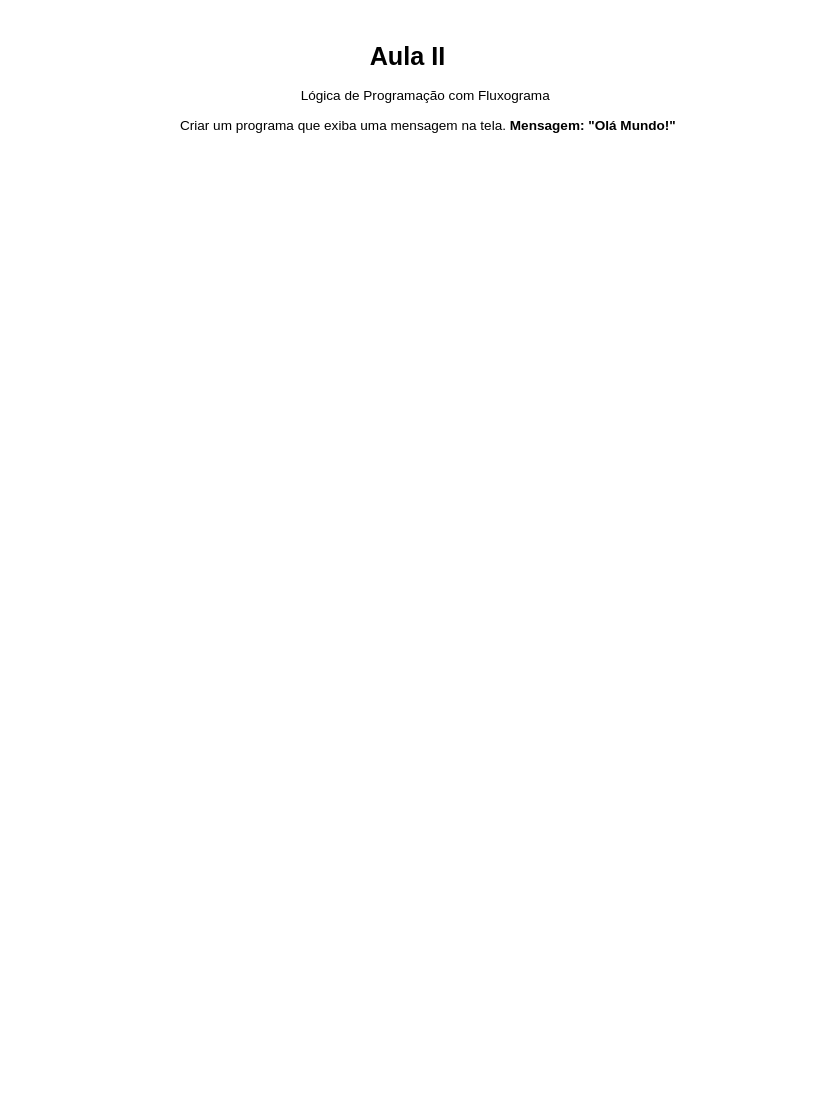
Before: page "1.Mensagem" (1 of 7) of Untitled Diagram.drawio in RafaelaCurti/CurtiCurso, a draw.io diagram. Source tidied: cells renumbered, new cells numbered last; positions are measured from the earlier drawing's top-left corner, leaving out a move shared by most shapes. Both pictures are drawn from the tidied source at 97%, with x=0, y=0 at pixel (54, 36).
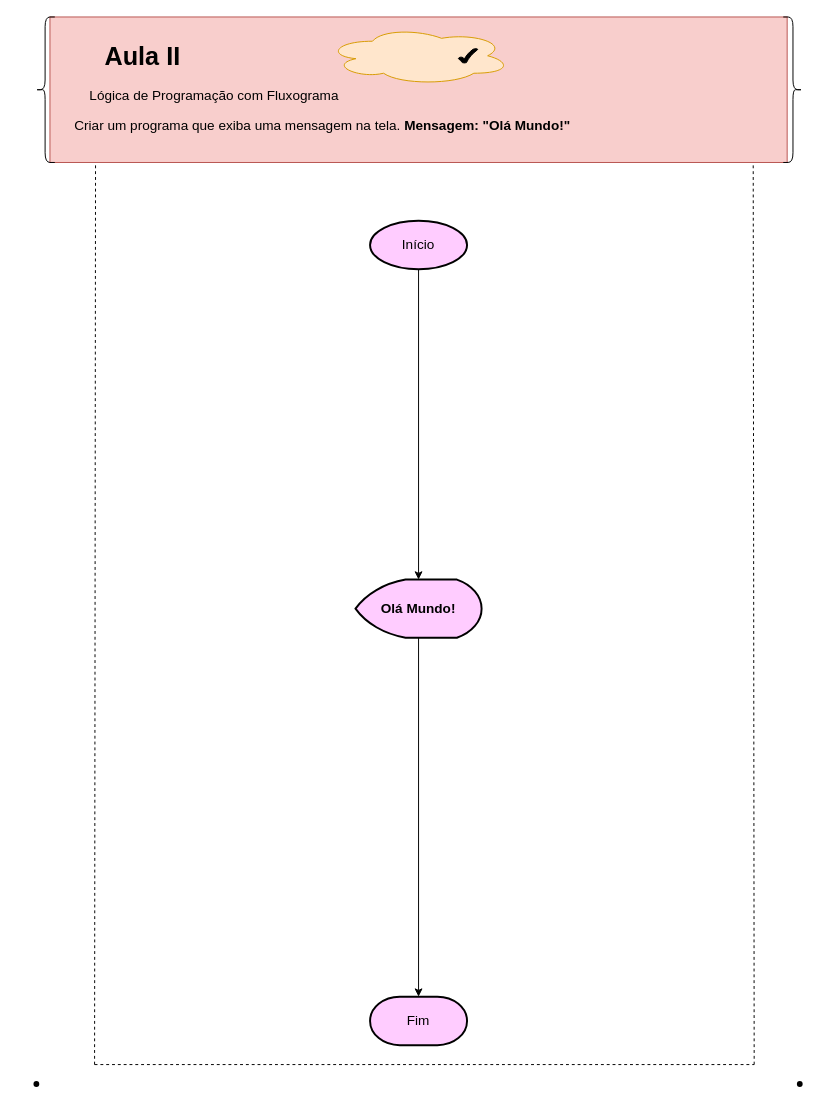
Above is the later version.

Change to the diagram source:
```diff
@@
+    <mxCell id="3" style="endArrow=none;dashed=1;html=1;rounded=0;fontSize=14;entryX=0.056;entryY=1.025;entryDx=0;entryDy=0;entryPerimeter=0;" parent="1" edge="1" target="2">
+      <mxGeometry relative="1" as="geometry">
+        <mxPoint x="41" y="1060" as="sourcePoint" />
+      </mxGeometry>
+    </mxCell>
+    <mxCell id="4" style="endArrow=none;dashed=1;html=1;rounded=0;fontSize=14;entryX=0.96;entryY=1.017;entryDx=0;entryDy=0;entryPerimeter=0;" parent="1" edge="1" target="2">
+      <mxGeometry relative="1" as="geometry">
+        <mxPoint x="721" y="1060" as="sourcePoint" />
+      </mxGeometry>
+    </mxCell>
+    <mxCell id="5" style="rounded=0;whiteSpace=wrap;html=1;fontSize=14;fillColor=#f8cecc;strokeColor=#b85450;" parent="1" vertex="1">
+      <mxGeometry x="-5" y="-20" width="760" height="150" as="geometry" />
+    </mxCell>
+    <mxCell id="6" style="ellipse;shape=cloud;whiteSpace=wrap;html=1;fontSize=14;fillColor=#ffe6cc;strokeColor=#d79b00;" parent="1" vertex="1">
+      <mxGeometry x="280" y="-10" width="190" height="60" as="geometry" />
+    </mxCell>
-    <mxCell id="2" value="&lt;h1&gt;&lt;span style=&quot;white-space: pre&quot;&gt;&#9;&lt;/span&gt;&lt;span style=&quot;white-space: pre&quot;&gt;&#9;&lt;/span&gt;&lt;span style=&quot;white-space: pre&quot;&gt;&#9;&lt;/span&gt;&lt;span style=&quot;white-space: pre&quot;&gt;&#9;&lt;/span&gt;&lt;span style=&quot;white-space: pre&quot;&gt;&#9;&lt;/span&gt;&lt;span style=&quot;white-space: pre&quot;&gt;&#9;&lt;/span&gt;&lt;font style=&quot;font-size: 26px&quot;&gt;Aula II&lt;/font&gt;&lt;br&gt;&lt;/h1&gt;&lt;p style=&quot;font-size: 14px&quot;&gt;&lt;span style=&quot;white-space: pre&quot;&gt;&#9;&lt;/span&gt;&lt;span style=&quot;white-space: pre&quot;&gt;&#9;&lt;/span&gt;&lt;span style=&quot;white-space: pre&quot;&gt;&#9;&lt;/span&gt;&lt;span style=&quot;white-space: pre&quot;&gt;&#9;&lt;/span&gt;&lt;span style=&quot;white-space: pre&quot;&gt;&#9;&lt;/span&gt;&lt;span style=&quot;white-space: pre&quot;&gt;&#9;&lt;/span&gt;&lt;span style=&quot;white-space: pre&quot;&gt;&#9;&lt;span style=&quot;white-space: pre&quot;&gt;&#9;&lt;/span&gt;&lt;/span&gt;Lógica de Programação com Fluxograma&lt;br&gt;&lt;/p&gt;&lt;p style=&quot;font-size: 14px&quot;&gt;&lt;span style=&quot;white-space: pre&quot;&gt;&#9;&lt;/span&gt;&lt;span style=&quot;white-space: pre&quot;&gt;&#9;&lt;/span&gt;&lt;span style=&quot;white-space: pre&quot;&gt;&#9;&lt;/span&gt;&lt;span style=&quot;white-space: pre&quot;&gt;&#9;&lt;/span&gt;Criar um programa que exiba uma mensagem na tela. &lt;b&gt;Mensagem: &quot;Olá Mundo!&quot;&lt;/b&gt;&lt;/p&gt;" style="text;html=1;strokeColor=none;fillColor=none;spacing=5;spacingTop=-20;whiteSpace=wrap;overflow=hidden;rounded=0;" parent="1" vertex="1">
+    <mxCell id="2" value="&lt;h1&gt;&lt;span style=&quot;white-space: pre&quot;&gt; &lt;/span&gt;&lt;span style=&quot;white-space: pre&quot;&gt; &lt;/span&gt;&lt;span style=&quot;white-space: pre&quot;&gt; &lt;/span&gt;&lt;span style=&quot;white-space: pre&quot;&gt; &lt;/span&gt;&lt;span style=&quot;white-space: pre&quot;&gt; &lt;/span&gt;&lt;span style=&quot;white-space: pre&quot;&gt; &lt;/span&gt;&amp;nbsp;&lt;font style=&quot;font-size: 26px&quot;&gt;Aula II&lt;/font&gt;&lt;br&gt;&lt;/h1&gt;&lt;p style=&quot;font-size: 14px&quot;&gt;&lt;span style=&quot;white-space: pre&quot;&gt; &lt;/span&gt;&lt;span style=&quot;white-space: pre&quot;&gt; &lt;/span&gt;&lt;span style=&quot;white-space: pre&quot;&gt; &lt;/span&gt;&lt;span style=&quot;white-space: pre&quot;&gt; &lt;/span&gt;&lt;span style=&quot;white-space: pre&quot;&gt; &lt;/span&gt;&lt;span style=&quot;white-space: pre&quot;&gt; &lt;/span&gt;&lt;span style=&quot;white-space: pre&quot;&gt; &lt;span style=&quot;white-space: pre&quot;&gt; &lt;/span&gt;&lt;/span&gt;Lógica de Programação com Fluxograma&lt;br&gt;&lt;/p&gt;&lt;p style=&quot;font-size: 14px&quot;&gt;&lt;span style=&quot;white-space: pre&quot;&gt; &lt;/span&gt;&lt;span style=&quot;white-space: pre&quot;&gt; &lt;/span&gt;&lt;span style=&quot;white-space: pre&quot;&gt; &lt;/span&gt;&lt;span style=&quot;white-space: pre&quot;&gt; &lt;/span&gt;Criar um programa que exiba uma mensagem na tela. &lt;b&gt;Mensagem: &quot;Olá Mundo!&quot;&lt;/b&gt;&lt;/p&gt;" style="text;html=1;strokeColor=none;fillColor=none;spacing=5;spacingTop=-20;whiteSpace=wrap;overflow=hidden;rounded=0;" parent="1" vertex="1">
       <mxGeometry width="750" height="120" as="geometry" />
     </mxCell>
+    <mxCell id="7" style="endArrow=none;dashed=1;html=1;rounded=0;fontSize=14;" parent="1" edge="1">
+      <mxGeometry relative="1" as="geometry">
+        <mxPoint x="41" y="1060" as="sourcePoint" />
+        <mxPoint x="721" y="1060" as="targetPoint" />
+      </mxGeometry>
+    </mxCell>
+    <mxCell id="8" style="verticalLabelPosition=bottom;verticalAlign=top;html=1;shape=mxgraph.basic.tick;fontSize=14;fillColor=#000000;" parent="1" vertex="1">
+      <mxGeometry x="416" y="12.5" width="20" height="15" as="geometry" />
+    </mxCell>
+    <mxCell id="9" style="shape=curlyBracket;whiteSpace=wrap;html=1;rounded=1;fontSize=14;fillColor=#000000;" parent="1" vertex="1">
+      <mxGeometry x="-20" y="-20" width="20" height="150" as="geometry" />
+    </mxCell>
+    <mxCell id="10" style="shape=curlyBracket;whiteSpace=wrap;html=1;rounded=1;flipH=1;fontSize=14;fillColor=#000000;" parent="1" vertex="1">
+      <mxGeometry x="751" y="-20" width="20" height="150" as="geometry" />
+    </mxCell>
+    <mxCell id="11" style="shape=waypoint;sketch=0;fillStyle=solid;size=6;fillColor=none;perimeter=centerPerimeter;fontSize=14;" parent="1" vertex="1">
+      <mxGeometry x="-39" y="1060" width="40" height="40" as="geometry" />
+    </mxCell>
+    <mxCell id="12" style="shape=waypoint;sketch=0;fillStyle=solid;size=6;fillColor=none;perimeter=centerPerimeter;fontSize=14;" parent="1" vertex="1">
+      <mxGeometry x="748" y="1060" width="40" height="40" as="geometry" />
+    </mxCell>
+    <mxCell id="13" style="edgeStyle=orthogonalEdgeStyle;rounded=0;jettySize=auto;html=1;fontSize=14;fontColor=#000000;" parent="1" edge="1" source="14" target="17">
+      <mxGeometry relative="1" as="geometry" />
+    </mxCell>
+    <mxCell id="14" value="&lt;font color=&quot;#000000&quot;&gt;Início&lt;/font&gt;" style="strokeWidth=2;html=1;shape=mxgraph.flowchart.start_1;whiteSpace=wrap;fontSize=14;fontColor=#FFCCFF;fillColor=#FFCCFF;" parent="1" vertex="1">
+      <mxGeometry x="325" y="190" width="100" height="50" as="geometry" />
+    </mxCell>
+    <mxCell id="15" value="Fim" style="strokeWidth=2;html=1;shape=mxgraph.flowchart.terminator;whiteSpace=wrap;fontSize=14;fontColor=#000000;fillColor=#FFCCFF;" parent="1" vertex="1">
+      <mxGeometry x="325" y="990" width="100" height="50" as="geometry" />
+    </mxCell>
+    <mxCell id="16" style="edgeStyle=orthogonalEdgeStyle;rounded=0;jettySize=auto;html=1;fontSize=14;fontColor=#000000;" parent="1" edge="1" source="17" target="15">
+      <mxGeometry relative="1" as="geometry" />
+    </mxCell>
+    <mxCell id="17" value="&lt;b&gt;Olá Mundo!&lt;/b&gt;" style="strokeWidth=2;html=1;shape=mxgraph.flowchart.display;whiteSpace=wrap;fontSize=14;fontColor=#000000;fillColor=#FFCCFF;" parent="1" vertex="1">
+      <mxGeometry x="310" y="560" width="130" height="60" as="geometry" />
+    </mxCell>
```
